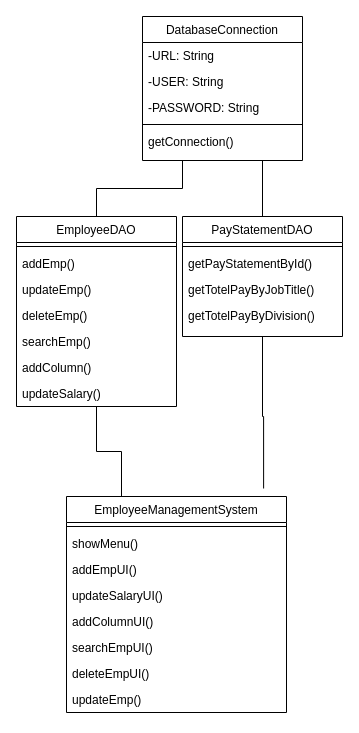
Before: Diagram/classDiagram2.drawio in linnypham/CSC3350_project, a draw.io diagram. Source tidied: cells renumbered, new cells numbered last; positions are measured from the earlier drawing's top-left corner, leaving out a move shared by most shapes. Both pictures are drawn from the tidied source at 100%, with x=0, y=0 at pixel (16, 16).
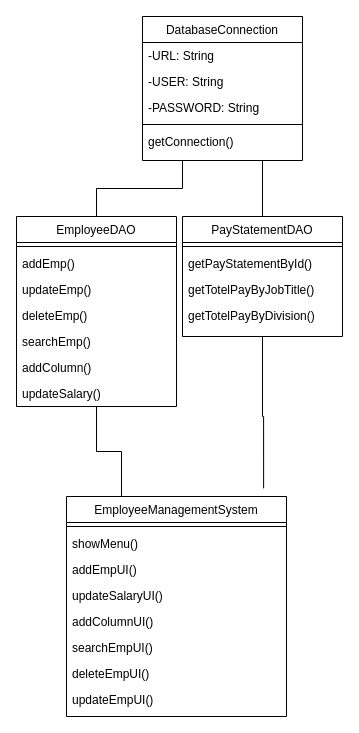
Above is the later version.

The edit, as a diff of the source:
```diff
@@
     <mxCell id="19" value="EmployeeManagementSystem" style="swimlane;fontStyle=0;align=center;verticalAlign=top;horizontal=1;startSize=26;rounded=0;shadow=0;strokeWidth=1;" parent="1" vertex="1">
-      <mxGeometry x="50" y="480" width="220" height="216" as="geometry" />
+      <mxGeometry x="50" y="480" width="220" height="220" as="geometry" />
     </mxCell>
@@
-    <mxCell id="27" value="updateEmp()" style="text;align=left;verticalAlign=top;spacingLeft=4;spacingRight=4;overflow=hidden;" parent="19" vertex="1">
+    <mxCell id="27" value="updateEmpUI()" style="text;align=left;verticalAlign=top;spacingLeft=4;spacingRight=4;overflow=hidden;" parent="19" vertex="1">
       <mxGeometry y="190" width="220" height="26" as="geometry" />
     </mxCell>
```
